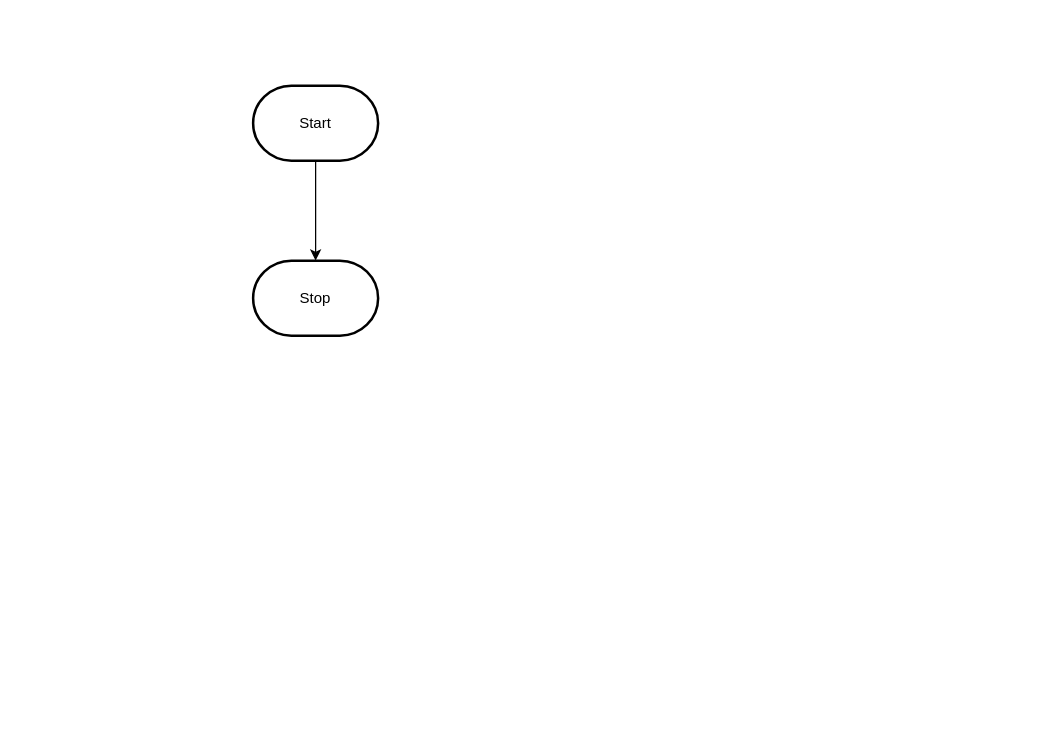
Above: design/flowchart.drawio in MTHS-ICS2O-2-2022/ICS2O-Unit-5-04-Mohamad-Tanbari (draw.io), before the change. Source tidied: cells renumbered, new cells numbered last; positions are measured from the earlier drawing's top-left corner, leaving out a move shared by most shapes. Both pictures are drawn from the tidied source at 125%, with x=0, y=0 at pixel (252, 85).
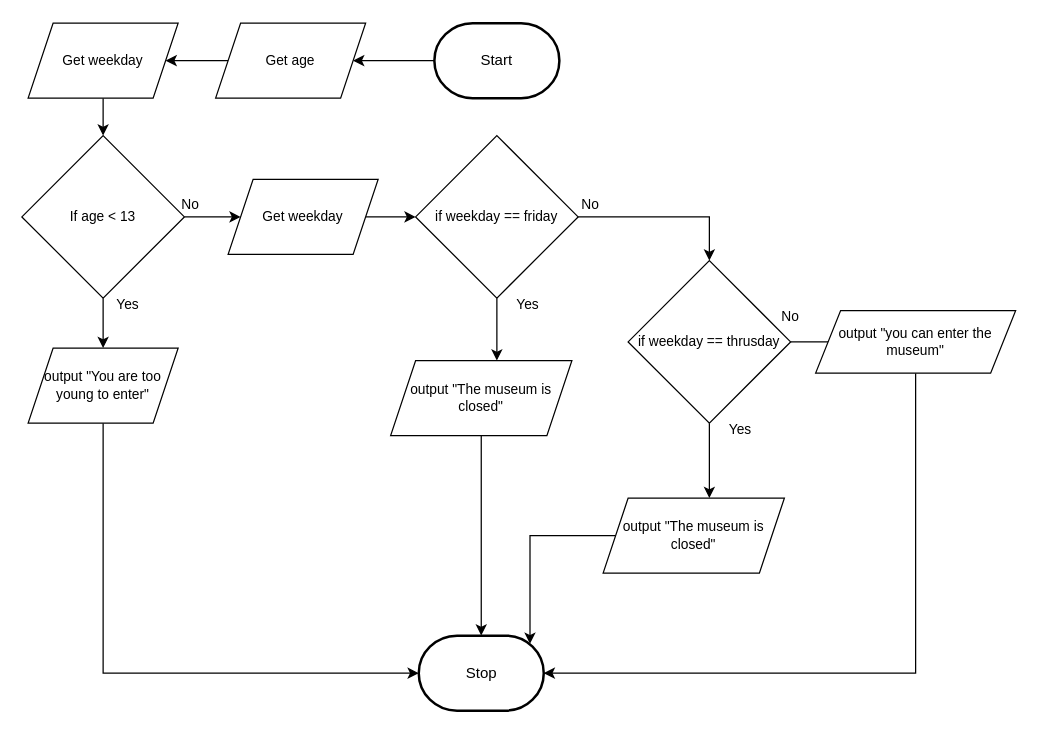
The same diagram, later.

Change to the diagram source:
```diff
@@
-    <mxCell id="2" style="edgeStyle=orthogonalEdgeStyle;html=1;rounded=0;" parent="1" edge="1" source="3" target="4">
-      <mxGeometry relative="1" as="geometry" />
-    </mxCell>
+    <mxCell id="5" style="edgeStyle=orthogonalEdgeStyle;shape=connector;rounded=0;html=1;labelBackgroundColor=default;strokeColor=default;fontFamily=Helvetica;fontSize=11;fontColor=default;endArrow=classic;" parent="1" edge="1" source="3" target="2">
+      <mxGeometry relative="1" as="geometry" />
+    </mxCell>
     <mxCell id="3" value="Start" style="strokeWidth=2;html=1;shape=mxgraph.flowchart.terminator;whiteSpace=wrap;" parent="1" vertex="1">
-      <mxGeometry width="100" height="60" as="geometry" />
+      <mxGeometry x="145" y="-50" width="100" height="60" as="geometry" />
     </mxCell>
     <mxCell id="4" value="Stop" style="strokeWidth=2;html=1;shape=mxgraph.flowchart.terminator;whiteSpace=wrap;" parent="1" vertex="1">
-      <mxGeometry y="140" width="100" height="60" as="geometry" />
+      <mxGeometry x="132.5" y="440" width="100" height="60" as="geometry" />
     </mxCell>
+    <mxCell id="6" style="edgeStyle=orthogonalEdgeStyle;shape=connector;rounded=0;html=1;labelBackgroundColor=default;strokeColor=default;fontFamily=Helvetica;fontSize=11;fontColor=default;endArrow=classic;" parent="1" edge="1" source="2" target="8">
+      <mxGeometry relative="1" as="geometry" />
+    </mxCell>
+    <mxCell id="2" value="Get age" style="shape=parallelogram;perimeter=parallelogramPerimeter;whiteSpace=wrap;html=1;fixedSize=1;fontFamily=Helvetica;fontSize=11;fontColor=default;" parent="1" vertex="1">
+      <mxGeometry x="-30" y="-50" width="120" height="60" as="geometry" />
+    </mxCell>
+    <mxCell id="7" style="edgeStyle=orthogonalEdgeStyle;shape=connector;rounded=0;html=1;entryX=0.5;entryY=0;entryDx=0;entryDy=0;labelBackgroundColor=default;strokeColor=default;fontFamily=Helvetica;fontSize=11;fontColor=default;endArrow=classic;" parent="1" edge="1" source="8" target="11">
+      <mxGeometry relative="1" as="geometry" />
+    </mxCell>
+    <mxCell id="8" value="Get weekday" style="shape=parallelogram;perimeter=parallelogramPerimeter;whiteSpace=wrap;html=1;fixedSize=1;fontFamily=Helvetica;fontSize=11;fontColor=default;" parent="1" vertex="1">
+      <mxGeometry x="-180" y="-50" width="120" height="60" as="geometry" />
+    </mxCell>
+    <mxCell id="9" style="edgeStyle=orthogonalEdgeStyle;shape=connector;rounded=0;html=1;labelBackgroundColor=default;strokeColor=default;fontFamily=Helvetica;fontSize=11;fontColor=default;endArrow=classic;entryX=0;entryY=0.5;entryDx=0;entryDy=0;" parent="1" edge="1" source="11" target="17">
+      <mxGeometry relative="1" as="geometry" />
+    </mxCell>
+    <mxCell id="10" style="edgeStyle=orthogonalEdgeStyle;shape=connector;rounded=0;html=1;labelBackgroundColor=default;strokeColor=default;fontFamily=Helvetica;fontSize=11;fontColor=default;endArrow=classic;entryX=0.5;entryY=0;entryDx=0;entryDy=0;" parent="1" edge="1" source="11" target="13">
+      <mxGeometry relative="1" as="geometry" />
+    </mxCell>
+    <mxCell id="11" value="If age &amp;lt; 13" style="rhombus;whiteSpace=wrap;html=1;fontFamily=Helvetica;fontSize=11;fontColor=default;rotation=0;" parent="1" vertex="1">
+      <mxGeometry x="-185" y="40" width="130" height="130" as="geometry" />
+    </mxCell>
+    <mxCell id="12" style="edgeStyle=orthogonalEdgeStyle;shape=connector;rounded=0;html=1;entryX=0;entryY=0.5;entryDx=0;entryDy=0;entryPerimeter=0;labelBackgroundColor=default;strokeColor=default;fontFamily=Helvetica;fontSize=11;fontColor=default;endArrow=classic;" parent="1" edge="1" source="13" target="4">
+      <mxGeometry relative="1" as="geometry">
+        <Array as="points">
+          <mxPoint x="-120" y="470" />
+        </Array>
+      </mxGeometry>
+    </mxCell>
+    <mxCell id="13" value="output &quot;You are too young to enter&quot;" style="shape=parallelogram;perimeter=parallelogramPerimeter;whiteSpace=wrap;html=1;fixedSize=1;fontFamily=Helvetica;fontSize=11;fontColor=default;" parent="1" vertex="1">
+      <mxGeometry x="-180" y="210" width="120" height="60" as="geometry" />
+    </mxCell>
+    <mxCell id="14" value="Yes" style="text;html=1;strokeColor=none;fillColor=none;align=center;verticalAlign=middle;whiteSpace=wrap;rounded=0;fontFamily=Helvetica;fontSize=11;fontColor=default;" parent="1" vertex="1">
+      <mxGeometry x="-130" y="160" width="60" height="30" as="geometry" />
+    </mxCell>
+    <mxCell id="15" value="No" style="text;html=1;strokeColor=none;fillColor=none;align=center;verticalAlign=middle;whiteSpace=wrap;rounded=0;fontFamily=Helvetica;fontSize=11;fontColor=default;" parent="1" vertex="1">
+      <mxGeometry x="-80" y="80" width="60" height="30" as="geometry" />
+    </mxCell>
+    <mxCell id="16" style="edgeStyle=orthogonalEdgeStyle;shape=connector;rounded=0;html=1;entryX=0;entryY=0.5;entryDx=0;entryDy=0;labelBackgroundColor=default;strokeColor=default;fontFamily=Helvetica;fontSize=11;fontColor=default;endArrow=classic;" parent="1" edge="1" source="17" target="20">
+      <mxGeometry relative="1" as="geometry" />
+    </mxCell>
+    <mxCell id="17" value="Get weekday" style="shape=parallelogram;perimeter=parallelogramPerimeter;whiteSpace=wrap;html=1;fixedSize=1;fontFamily=Helvetica;fontSize=11;fontColor=default;" parent="1" vertex="1">
+      <mxGeometry x="-20" y="75" width="120" height="60" as="geometry" />
+    </mxCell>
+    <mxCell id="18" style="edgeStyle=orthogonalEdgeStyle;shape=connector;rounded=0;html=1;entryX=0.5;entryY=0;entryDx=0;entryDy=0;labelBackgroundColor=default;strokeColor=default;fontFamily=Helvetica;fontSize=11;fontColor=default;endArrow=classic;" parent="1" edge="1" source="20" target="23">
+      <mxGeometry relative="1" as="geometry" />
+    </mxCell>
+    <mxCell id="19" style="edgeStyle=orthogonalEdgeStyle;shape=connector;rounded=0;html=1;labelBackgroundColor=default;strokeColor=default;fontFamily=Helvetica;fontSize=11;fontColor=default;endArrow=classic;" parent="1" edge="1" source="20">
+      <mxGeometry relative="1" as="geometry">
+        <mxPoint x="195" y="220" as="targetPoint" />
+      </mxGeometry>
+    </mxCell>
+    <mxCell id="20" value="if weekday == friday" style="rhombus;whiteSpace=wrap;html=1;fontFamily=Helvetica;fontSize=11;fontColor=default;rotation=0;" parent="1" vertex="1">
+      <mxGeometry x="130" y="40" width="130" height="130" as="geometry" />
+    </mxCell>
+    <mxCell id="21" style="edgeStyle=orthogonalEdgeStyle;shape=connector;rounded=0;html=1;labelBackgroundColor=default;strokeColor=default;fontFamily=Helvetica;fontSize=11;fontColor=default;endArrow=classic;" parent="1" edge="1" source="23">
+      <mxGeometry relative="1" as="geometry">
+        <mxPoint x="365" y="330" as="targetPoint" />
+      </mxGeometry>
+    </mxCell>
+    <mxCell id="22" style="edgeStyle=orthogonalEdgeStyle;shape=connector;rounded=0;html=1;labelBackgroundColor=default;strokeColor=default;fontFamily=Helvetica;fontSize=11;fontColor=default;endArrow=classic;" parent="1" edge="1" source="23">
+      <mxGeometry relative="1" as="geometry">
+        <mxPoint x="510" y="205" as="targetPoint" />
+      </mxGeometry>
+    </mxCell>
+    <mxCell id="23" value="if weekday == thrusday" style="rhombus;whiteSpace=wrap;html=1;fontFamily=Helvetica;fontSize=11;fontColor=default;rotation=0;" parent="1" vertex="1">
+      <mxGeometry x="300" y="140" width="130" height="130" as="geometry" />
+    </mxCell>
+    <mxCell id="24" value="No" style="text;html=1;strokeColor=none;fillColor=none;align=center;verticalAlign=middle;whiteSpace=wrap;rounded=0;fontFamily=Helvetica;fontSize=11;fontColor=default;" parent="1" vertex="1">
+      <mxGeometry x="240" y="80" width="60" height="30" as="geometry" />
+    </mxCell>
+    <mxCell id="25" value="No" style="text;html=1;strokeColor=none;fillColor=none;align=center;verticalAlign=middle;whiteSpace=wrap;rounded=0;fontFamily=Helvetica;fontSize=11;fontColor=default;" parent="1" vertex="1">
+      <mxGeometry x="400" y="170" width="60" height="30" as="geometry" />
+    </mxCell>
+    <mxCell id="26" value="Yes" style="text;html=1;strokeColor=none;fillColor=none;align=center;verticalAlign=middle;whiteSpace=wrap;rounded=0;fontFamily=Helvetica;fontSize=11;fontColor=default;" parent="1" vertex="1">
+      <mxGeometry x="360" y="260" width="60" height="30" as="geometry" />
+    </mxCell>
+    <mxCell id="27" value="Yes" style="text;html=1;strokeColor=none;fillColor=none;align=center;verticalAlign=middle;whiteSpace=wrap;rounded=0;fontFamily=Helvetica;fontSize=11;fontColor=default;" parent="1" vertex="1">
+      <mxGeometry x="190" y="160" width="60" height="30" as="geometry" />
+    </mxCell>
+    <mxCell id="28" style="edgeStyle=orthogonalEdgeStyle;shape=connector;rounded=0;html=1;entryX=0.5;entryY=0;entryDx=0;entryDy=0;entryPerimeter=0;labelBackgroundColor=default;strokeColor=default;fontFamily=Helvetica;fontSize=11;fontColor=default;endArrow=classic;" parent="1" edge="1" source="29" target="4">
+      <mxGeometry relative="1" as="geometry" />
+    </mxCell>
+    <mxCell id="29" value="output &quot;The museum is closed&quot;" style="shape=parallelogram;perimeter=parallelogramPerimeter;whiteSpace=wrap;html=1;fixedSize=1;fontFamily=Helvetica;fontSize=11;fontColor=default;" parent="1" vertex="1">
+      <mxGeometry x="110" y="220" width="145" height="60" as="geometry" />
+    </mxCell>
+    <mxCell id="30" style="edgeStyle=orthogonalEdgeStyle;shape=connector;rounded=0;html=1;entryX=0.89;entryY=0.11;entryDx=0;entryDy=0;entryPerimeter=0;labelBackgroundColor=default;strokeColor=default;fontFamily=Helvetica;fontSize=11;fontColor=default;endArrow=classic;" parent="1" edge="1" source="31" target="4">
+      <mxGeometry relative="1" as="geometry" />
+    </mxCell>
+    <mxCell id="31" value="output &quot;The museum is closed&quot;" style="shape=parallelogram;perimeter=parallelogramPerimeter;whiteSpace=wrap;html=1;fixedSize=1;fontFamily=Helvetica;fontSize=11;fontColor=default;" parent="1" vertex="1">
+      <mxGeometry x="280" y="330" width="145" height="60" as="geometry" />
+    </mxCell>
+    <mxCell id="32" style="edgeStyle=orthogonalEdgeStyle;shape=connector;rounded=0;html=1;entryX=1;entryY=0.5;entryDx=0;entryDy=0;entryPerimeter=0;labelBackgroundColor=default;strokeColor=default;fontFamily=Helvetica;fontSize=11;fontColor=default;endArrow=classic;" parent="1" edge="1" source="33" target="4">
+      <mxGeometry relative="1" as="geometry">
+        <Array as="points">
+          <mxPoint x="530" y="470" />
+        </Array>
+      </mxGeometry>
+    </mxCell>
+    <mxCell id="33" value="output &quot;you can enter the museum&quot;" style="shape=parallelogram;perimeter=parallelogramPerimeter;whiteSpace=wrap;html=1;fixedSize=1;fontFamily=Helvetica;fontSize=11;fontColor=default;" parent="1" vertex="1">
+      <mxGeometry x="450" y="180" width="160" height="50" as="geometry" />
+    </mxCell>
```
